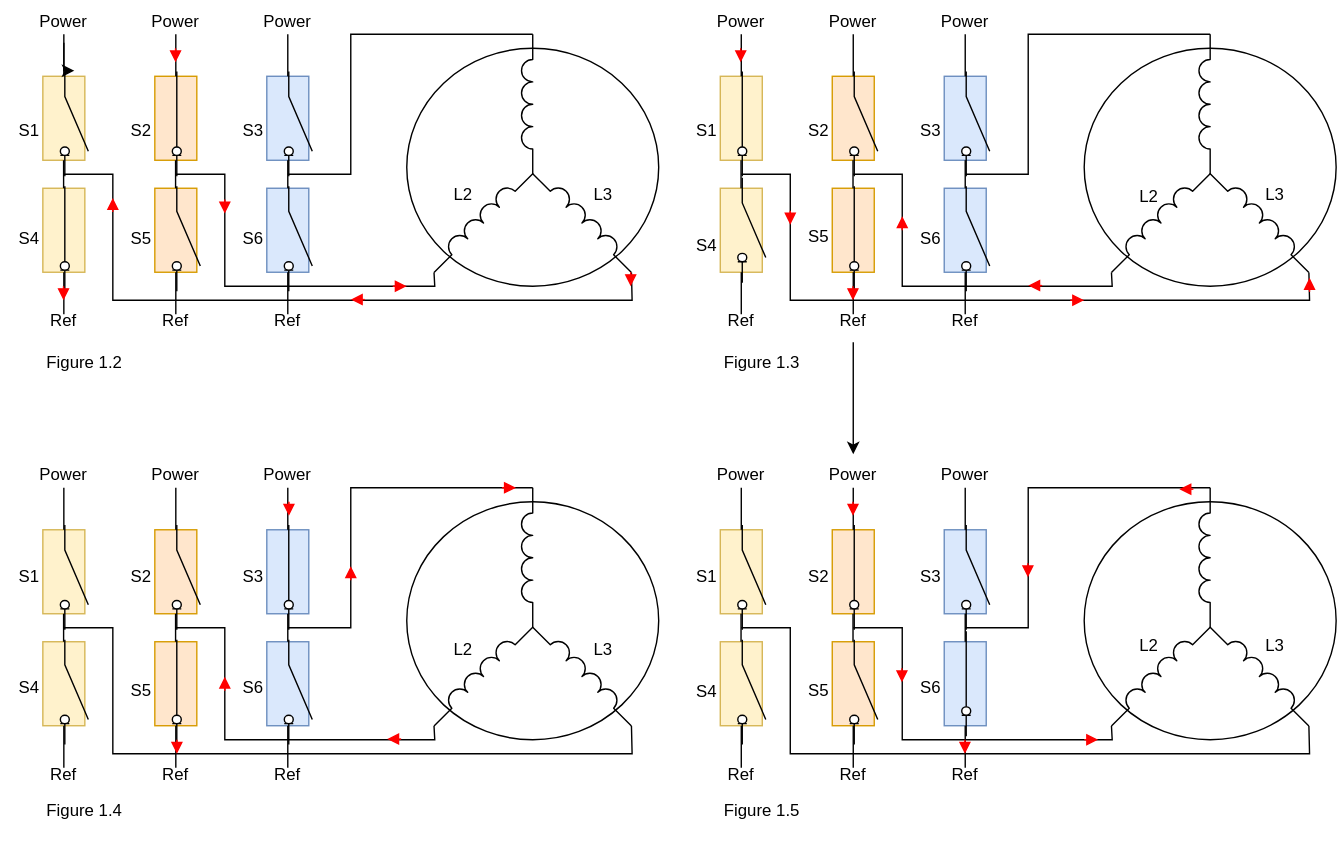
Above: 01-documentation/svg_files/esc_commutation_principle.drawio.svg in stephaneamans/ESC_Brushless (draw.io), before the change. Source tidied: cells renumbered, new cells last; positions are measured from the earlier drawing's top-left corner, leaving out a move shared by most shapes.
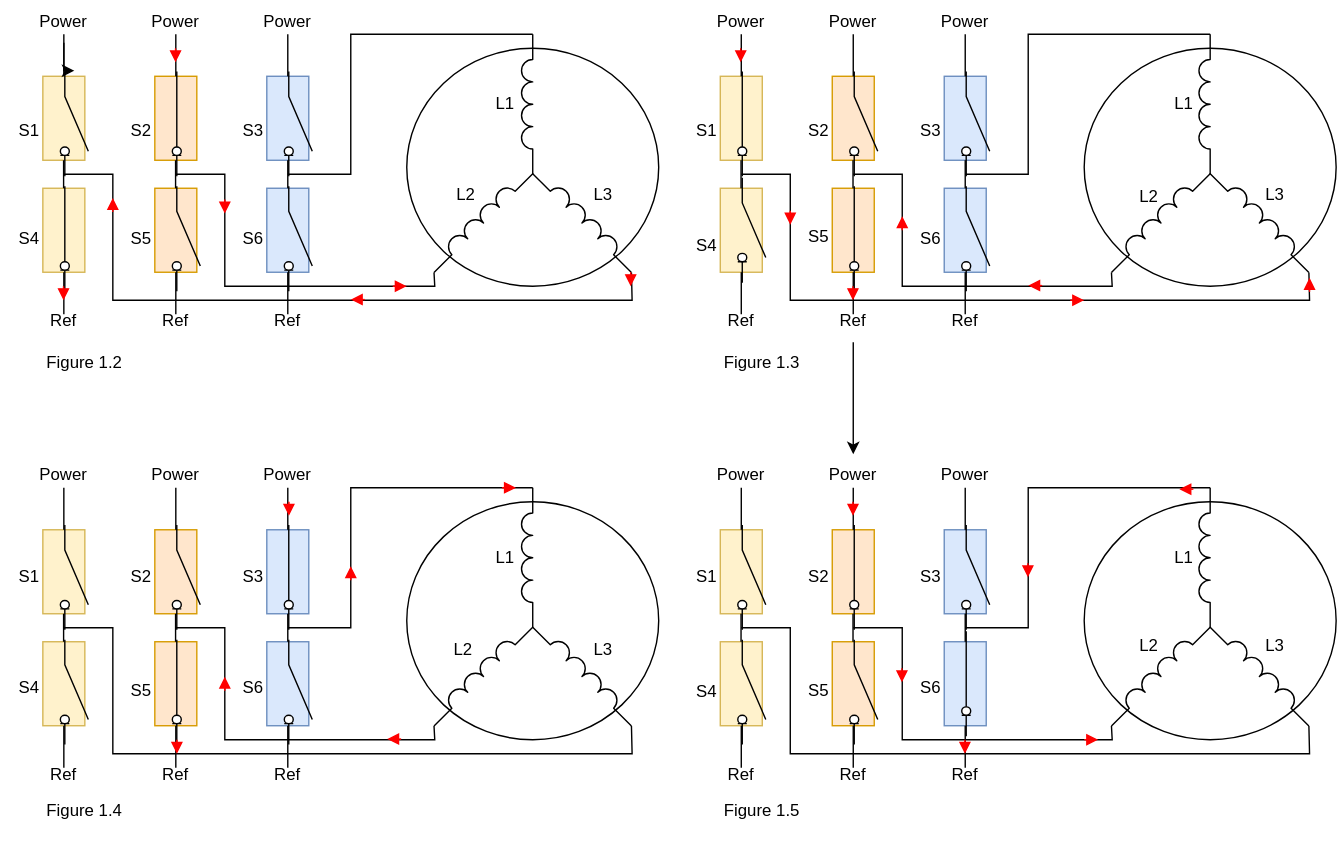
The same diagram one commit later.

Change to the diagram source:
```diff
@@ -857,7 +857,19 @@
       <mxGeometry x="800" y="125" width="40" height="30" as="geometry" />
     </mxCell>
     <mxCell id="202" value="L2" style="text;html=1;align=center;verticalAlign=middle;strokeColor=none;fillColor=none;" parent="1" vertex="1">
-      <mxGeometry x="310" y="124" width="40" height="30" as="geometry" />
+      <mxGeometry x="312" y="124" width="40" height="30" as="geometry" />
     </mxCell>
+    <mxCell id="203" value="L1" style="text;html=1;align=center;verticalAlign=middle;strokeColor=none;fillColor=none;" parent="1" vertex="1">
+      <mxGeometry x="340" y="59" width="40" height="30" as="geometry" />
+    </mxCell>
+    <mxCell id="204" value="L1" style="text;html=1;align=center;verticalAlign=middle;strokeColor=none;fillColor=none;" parent="1" vertex="1">
+      <mxGeometry x="825" y="59" width="40" height="30" as="geometry" />
+    </mxCell>
+    <mxCell id="205" value="L1" style="text;html=1;align=center;verticalAlign=middle;strokeColor=none;fillColor=none;" parent="1" vertex="1">
+      <mxGeometry x="825" y="383" width="40" height="30" as="geometry" />
+    </mxCell>
+    <mxCell id="206" value="L1" style="text;html=1;align=center;verticalAlign=middle;strokeColor=none;fillColor=none;" parent="1" vertex="1">
+      <mxGeometry x="340" y="383" width="40" height="30" as="geometry" />
+    </mxCell>
   </root>
 </mxGraphModel>
```
